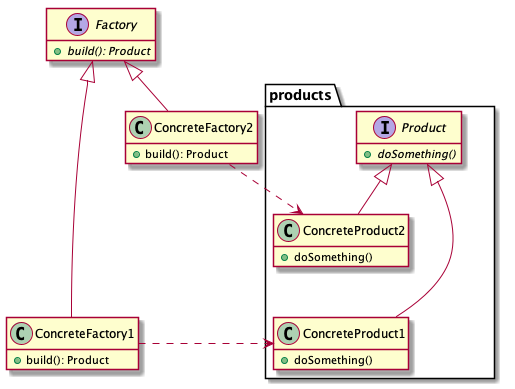
Earlier version of the PlantUML export creation/factory/uml/factory_cd.png (ace-lectures/pattern-repository). The source it was exported from:
```plantuml
@startuml

skinparam nodesep 75
skinparam ranksep 50
hide empty members

interface Factory {
  + {abstract} build(): Product
}

class ConcreteFactory1 {
  + build(): Product
}

class ConcreteFactory2 {
  + build(): Product
}

Factory <|-- ConcreteFactory1
Factory <|-- ConcreteFactory2

package products {

  interface Product {
    + {abstract} doSomething()
  }
  class ConcreteProduct1 {
    + doSomething()
  }
  class ConcreteProduct2 {
    + doSomething()
  }

  Product <|-- ConcreteProduct1
  Product <|-- ConcreteProduct2

  ConcreteProduct2 .[hidden]. ConcreteProduct1

}

ConcreteFactory1 .> ConcreteProduct1
ConcreteFactory2 ..> ConcreteProduct2

@enduml
```
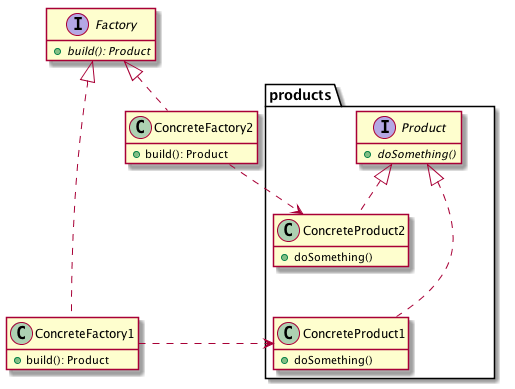
The same diagram one commit later.

The edit, as a diff of the source:
```diff
@@ -16,8 +16,8 @@
   + build(): Product
 }
 
-Factory <|-- ConcreteFactory1
-Factory <|-- ConcreteFactory2
+Factory <|.. ConcreteFactory1
+Factory <|.. ConcreteFactory2
 
 package products {
 
@@ -31,8 +31,8 @@
     + doSomething()
   }
 
-  Product <|-- ConcreteProduct1
-  Product <|-- ConcreteProduct2
+  Product <|.. ConcreteProduct1
+  Product <|.. ConcreteProduct2
 
   ConcreteProduct2 .[hidden]. ConcreteProduct1
 
```
